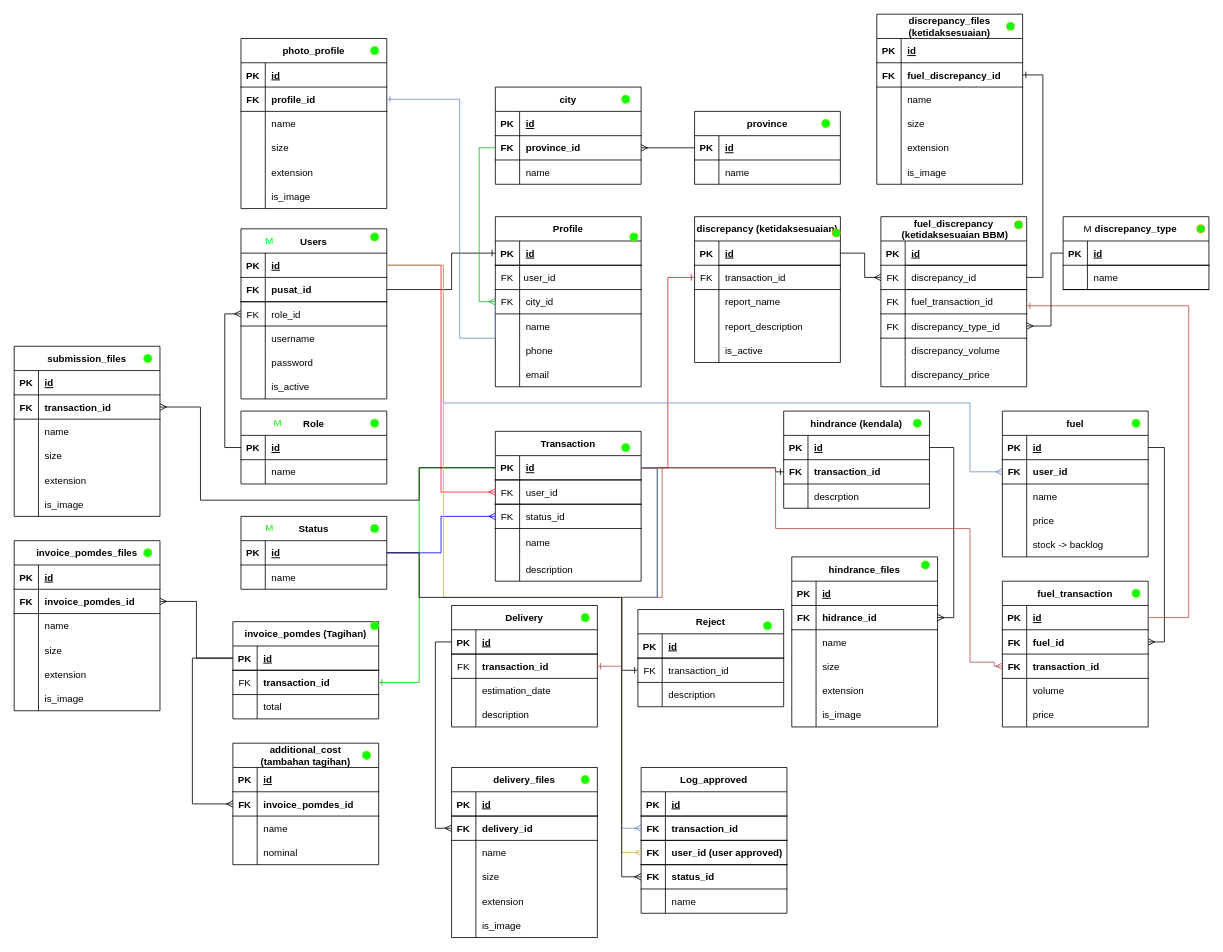
Earlier version of the draw.io diagram PomdesDB.drawio (Faris072/pomdes). Source tidied: cells renumbered, new cells numbered last; positions are measured from the earlier drawing's top-left corner, leaving out a move shared by most shapes. Both pictures are drawn from the tidied source at 81%, with x=0, y=0 at pixel (14, 14).
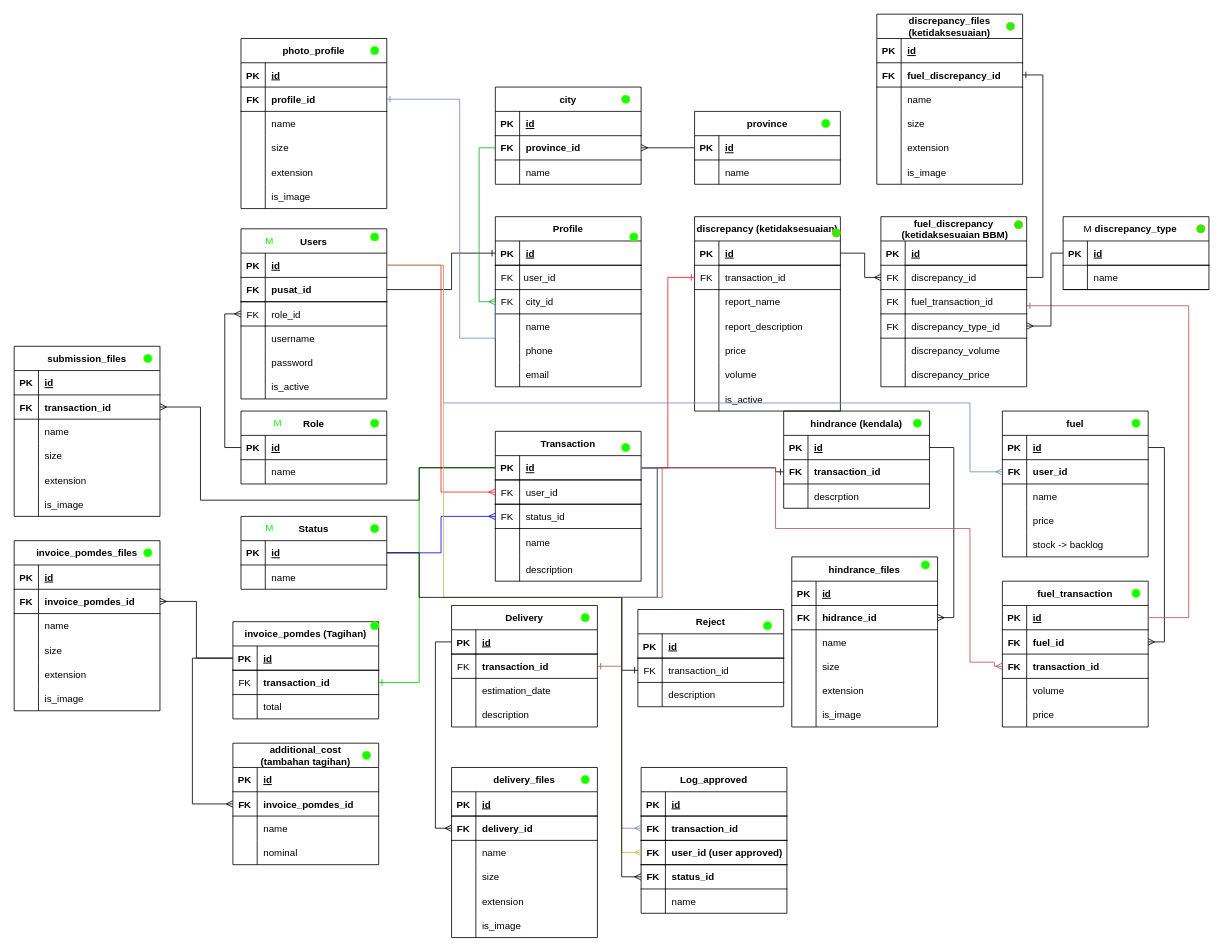
Above is the later version.

Change to the diagram source:
```diff
@@
     <mxCell id="96" value="discrepancy (ketidaksesuaian)" style="shape=table;startSize=30;childLayout=tableLayout;rowLines=0;fontStyle=1;align=center;" parent="1" vertex="1">
-      <mxGeometry x="840" y="250" width="180" height="180" as="geometry" />
+      <mxGeometry x="840" y="250" width="180" height="240" as="geometry" />
     </mxCell>
@@
+    <mxCell id="401" style="shape=tableRow;horizontal=0;startSize=0;swimlaneHead=0;swimlaneBody=0;fillColor=none;top=0;left=0;right=0;bottom=0;" parent="96" vertex="1">
+      <mxGeometry y="150" width="180" height="30" as="geometry" />
+    </mxCell>
+    <mxCell id="402" style="shape=partialRectangle;fillColor=none;top=0;left=0;bottom=0;right=0;overflow=hidden;" parent="401" vertex="1">
+      <mxGeometry width="30" height="30" as="geometry" />
+    </mxCell>
+    <mxCell id="403" value="price" style="shape=partialRectangle;fillColor=none;top=0;left=0;bottom=0;right=0;align=left;spacingLeft=6;overflow=hidden;" parent="401" vertex="1">
+      <mxGeometry x="30" width="150" height="30" as="geometry" />
+    </mxCell>
+    <mxCell id="404" style="shape=tableRow;horizontal=0;startSize=0;swimlaneHead=0;swimlaneBody=0;fillColor=none;top=0;left=0;right=0;bottom=0;" parent="96" vertex="1">
+      <mxGeometry y="180" width="180" height="30" as="geometry" />
+    </mxCell>
+    <mxCell id="405" style="shape=partialRectangle;fillColor=none;top=0;left=0;bottom=0;right=0;overflow=hidden;" parent="404" vertex="1">
+      <mxGeometry width="30" height="30" as="geometry" />
+    </mxCell>
+    <mxCell id="406" value="volume" style="shape=partialRectangle;fillColor=none;top=0;left=0;bottom=0;right=0;align=left;spacingLeft=6;overflow=hidden;" parent="404" vertex="1">
+      <mxGeometry x="30" width="150" height="30" as="geometry" />
+    </mxCell>
     <mxCell id="109" style="shape=tableRow;horizontal=0;startSize=0;swimlaneHead=0;swimlaneBody=0;fillColor=none;top=0;left=0;right=0;bottom=0;" parent="96" vertex="1">
-      <mxGeometry y="150" width="180" height="30" as="geometry" />
+      <mxGeometry y="210" width="180" height="30" as="geometry" />
     </mxCell>
```
